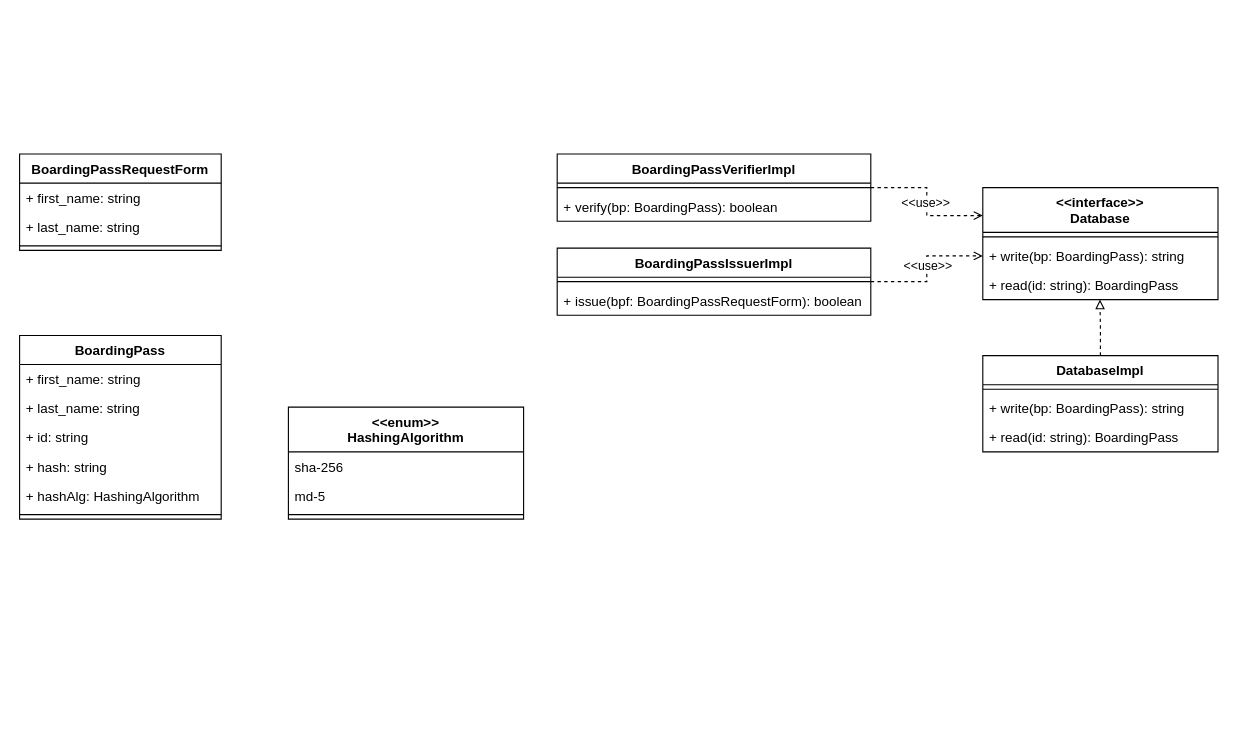
Earlier version of the draw.io diagram Diagrams/boarding_pass_detail.drawio (oskarbreindahl/Softwarebyggehygge). Source tidied: cells renumbered, new cells numbered last; positions are measured from the earlier drawing's top-left corner, leaving out a move shared by most shapes. Both pictures are drawn from the tidied source at 112%, with x=0, y=0 at pixel (19, 153).
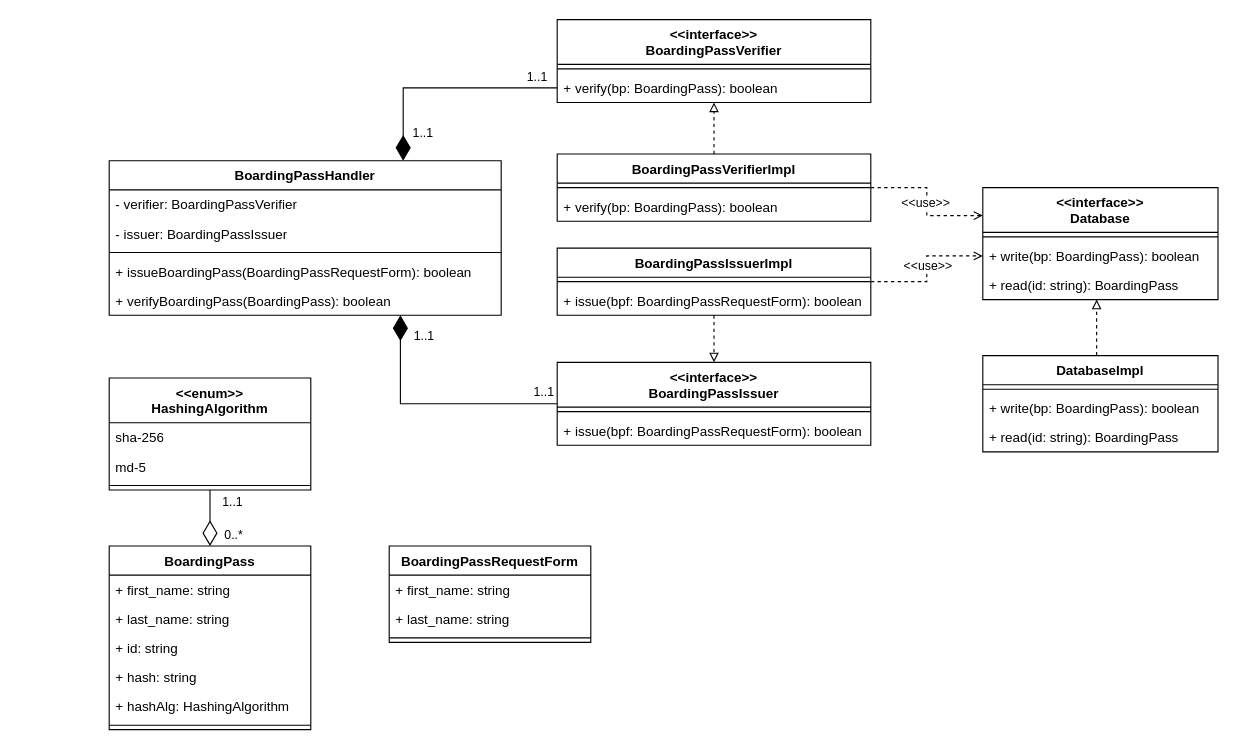
After the change.

The change refers to these unchanged cells:
```xml
<mxCell id="11" value="BoardingPassVerifierImpl" style="swimlane;fontStyle=1;align=center;verticalAlign=top;horizontal=1;startSize=26;whiteSpace=wrap;html=1;" parent="1" vertex="1">
  <mxGeometry x="480" width="280" height="60" as="geometry" />
</mxCell>
<mxCell id="14" value="BoardingPassIssuerImpl" style="swimlane;fontStyle=1;align=center;verticalAlign=top;horizontal=1;startSize=26;whiteSpace=wrap;html=1;" parent="1" vertex="1">
  <mxGeometry x="480" y="84" width="280" height="60" as="geometry" />
</mxCell>
<mxCell id="25" value="DatabaseImpl" style="swimlane;fontStyle=1;align=center;verticalAlign=top;horizontal=1;startSize=26;whiteSpace=wrap;html=1;" parent="1" vertex="1">
  <mxGeometry x="860" y="180" width="210" height="86" as="geometry" />
</mxCell>
<mxCell id="29" value="&lt;div&gt;&amp;lt;&amp;lt;interface&amp;gt;&amp;gt;&lt;/div&gt;Database" style="swimlane;fontStyle=1;align=center;verticalAlign=top;horizontal=1;startSize=40;whiteSpace=wrap;html=1;" parent="1" vertex="1">
  <mxGeometry x="860" y="30" width="210" height="100" as="geometry" />
</mxCell>
<mxCell id="32" value="+ read(id: string): BoardingPass" style="text;strokeColor=none;fillColor=none;align=left;verticalAlign=top;spacingLeft=4;spacingRight=4;overflow=hidden;points=[[0,0.5],[1,0.5]];portConstraint=eastwest;whiteSpace=wrap;html=1;" parent="29" vertex="1">
  <mxGeometry y="74" width="210" height="26" as="geometry" />
</mxCell>
```

Diff of the diagram source:
```diff
@@
     <mxCell id="2" value="BoardingPass" style="swimlane;fontStyle=1;align=center;verticalAlign=top;horizontal=1;startSize=26;whiteSpace=wrap;html=1;" parent="1" vertex="1">
-      <mxGeometry y="162" width="180" height="164" as="geometry" />
+      <mxGeometry x="80" y="350" width="180" height="164" as="geometry" />
     </mxCell>
@@
+    <mxCell id="36" style="edgeStyle=orthogonalEdgeStyle;rounded=0;jettySize=auto;html=1;entryX=0.5;entryY=1;entryDx=0;entryDy=0;dashed=1;endArrow=block;endFill=0;" parent="1" edge="1" source="11" target="41">
+      <mxGeometry relative="1" as="geometry" />
+    </mxCell>
@@
+    <mxCell id="37" style="edgeStyle=orthogonalEdgeStyle;rounded=0;jettySize=auto;html=1;entryX=0.5;entryY=0;entryDx=0;entryDy=0;dashed=1;endArrow=block;endFill=0;" parent="1" edge="1" source="14" target="47">
+      <mxGeometry relative="1" as="geometry" />
+    </mxCell>
@@
     <mxCell id="17" value="&lt;div&gt;&amp;lt;&amp;lt;enum&amp;gt;&amp;gt;&lt;/div&gt;HashingAlgorithm" style="swimlane;fontStyle=1;align=center;verticalAlign=top;horizontal=1;startSize=40;whiteSpace=wrap;html=1;" parent="1" vertex="1">
-      <mxGeometry x="240" y="226" width="210" height="100" as="geometry" />
+      <mxGeometry x="80" y="200" width="180" height="100" as="geometry" />
     </mxCell>
     <mxCell id="18" value="sha-256" style="text;strokeColor=none;fillColor=none;align=left;verticalAlign=top;spacingLeft=4;spacingRight=4;overflow=hidden;whiteSpace=wrap;html=1;" parent="17" vertex="1">
-      <mxGeometry y="40" width="210" height="26" as="geometry" />
+      <mxGeometry y="40" width="180" height="26" as="geometry" />
     </mxCell>
     <mxCell id="19" value="md-5" style="text;strokeColor=none;fillColor=none;align=left;verticalAlign=top;spacingLeft=4;spacingRight=4;overflow=hidden;whiteSpace=wrap;html=1;" parent="17" vertex="1">
-      <mxGeometry y="66" width="210" height="26" as="geometry" />
+      <mxGeometry y="66" width="180" height="26" as="geometry" />
     </mxCell>
     <mxCell id="20" style="line;strokeWidth=1;fillColor=none;align=left;verticalAlign=middle;spacingTop=-1;spacingLeft=3;spacingRight=3;labelPosition=right;strokeColor=inherit;" parent="17" vertex="1">
-      <mxGeometry y="92" width="210" height="8" as="geometry" />
+      <mxGeometry y="92" width="180" height="8" as="geometry" />
     </mxCell>
     <mxCell id="21" value="BoardingPassRequestForm" style="swimlane;fontStyle=1;align=center;verticalAlign=top;horizontal=1;startSize=26;whiteSpace=wrap;html=1;" parent="1" vertex="1">
-      <mxGeometry width="180" height="86" as="geometry" />
+      <mxGeometry x="330" y="350" width="180" height="86" as="geometry" />
     </mxCell>
@@
-    <mxCell id="27" value="+ write(bp: BoardingPass): string" style="text;strokeColor=none;fillColor=none;align=left;verticalAlign=top;spacingLeft=4;spacingRight=4;overflow=hidden;whiteSpace=wrap;html=1;" parent="25" vertex="1">
+    <mxCell id="27" value="+ write(bp: BoardingPass): boolean" style="text;strokeColor=none;fillColor=none;align=left;verticalAlign=top;spacingLeft=4;spacingRight=4;overflow=hidden;whiteSpace=wrap;html=1;" parent="25" vertex="1">
       <mxGeometry y="34" width="210" height="26" as="geometry" />
     </mxCell>
@@
-    <mxCell id="31" value="+ write(bp: BoardingPass): string" style="text;strokeColor=none;fillColor=none;align=left;verticalAlign=top;spacingLeft=4;spacingRight=4;overflow=hidden;points=[[0,0.5],[1,0.5]];portConstraint=eastwest;whiteSpace=wrap;html=1;" parent="29" vertex="1">
+    <mxCell id="31" value="+ write(bp: BoardingPass): boolean" style="text;strokeColor=none;fillColor=none;align=left;verticalAlign=top;spacingLeft=4;spacingRight=4;overflow=hidden;points=[[0,0.5],[1,0.5]];portConstraint=eastwest;whiteSpace=wrap;html=1;" parent="29" vertex="1">
       <mxGeometry y="48" width="210" height="26" as="geometry" />
     </mxCell>
@@
-    <mxCell id="35" style="edgeStyle=orthogonalEdgeStyle;rounded=0;jettySize=auto;html=1;entryX=0.498;entryY=1;entryDx=0;entryDy=0;entryPerimeter=0;endArrow=block;endFill=0;dashed=1;" parent="1" edge="1" source="25" target="32">
+    <mxCell id="35" style="edgeStyle=orthogonalEdgeStyle;rounded=0;jettySize=auto;html=1;entryX=0.484;entryY=1;entryDx=0;entryDy=0;entryPerimeter=0;endArrow=block;endFill=0;dashed=1;exitX=0.484;exitY=-0.003;exitDx=0;exitDy=0;exitPerimeter=0;" parent="1" edge="1" source="25" target="32">
       <mxGeometry relative="1" as="geometry" />
     </mxCell>
+    <mxCell id="38" style="edgeStyle=orthogonalEdgeStyle;rounded=0;jettySize=auto;html=1;entryX=0.5;entryY=0;entryDx=0;entryDy=0;endArrow=diamondThin;endFill=0;startSize=20;endSize=20;" parent="1" edge="1" source="17" target="2">
+      <mxGeometry relative="1" as="geometry" />
+    </mxCell>
+    <mxCell id="39" value="1..1" style="edgeLabel;html=1;align=center;verticalAlign=middle;" parent="38" vertex="1">
+      <mxGeometry x="-0.65" y="-1" relative="1" as="geometry">
+        <mxPoint x="20" y="1" as="offset" />
+      </mxGeometry>
+    </mxCell>
+    <mxCell id="40" value="0..*" style="edgeLabel;html=1;align=center;verticalAlign=middle;" parent="38" vertex="1">
+      <mxGeometry x="0.54" y="1" relative="1" as="geometry">
+        <mxPoint x="19" as="offset" />
+      </mxGeometry>
+    </mxCell>
+    <mxCell id="41" value="&amp;lt;&amp;lt;interface&amp;gt;&amp;gt;&lt;div&gt;BoardingPassVerifier&lt;/div&gt;" style="swimlane;fontStyle=1;align=center;verticalAlign=top;horizontal=1;startSize=40;whiteSpace=wrap;html=1;" parent="1" vertex="1">
+      <mxGeometry x="480" y="-120" width="280" height="74" as="geometry" />
+    </mxCell>
+    <mxCell id="42" style="line;strokeWidth=1;fillColor=none;align=left;verticalAlign=middle;spacingTop=-1;spacingLeft=3;spacingRight=3;labelPosition=right;strokeColor=inherit;" parent="41" vertex="1">
+      <mxGeometry y="40" width="280" height="8" as="geometry" />
+    </mxCell>
+    <mxCell id="43" value="+ verify(bp: BoardingPass): boolean" style="text;strokeColor=none;fillColor=none;align=left;verticalAlign=top;spacingLeft=4;spacingRight=4;overflow=hidden;points=[[0,0.5],[1,0.5]];portConstraint=eastwest;whiteSpace=wrap;html=1;" parent="41" vertex="1">
+      <mxGeometry y="48" width="280" height="26" as="geometry" />
+    </mxCell>
+    <mxCell id="44" style="edgeStyle=orthogonalEdgeStyle;rounded=0;jettySize=auto;html=1;endArrow=diamondThin;endFill=1;endSize=20;startSize=20;" parent="1" edge="1" source="47" target="55">
+      <mxGeometry relative="1" as="geometry">
+        <Array as="points">
+          <mxPoint x="340" y="223" />
+        </Array>
+      </mxGeometry>
+    </mxCell>
+    <mxCell id="45" value="1..1" style="edgeLabel;html=1;align=center;verticalAlign=middle;" parent="44" vertex="1">
+      <mxGeometry x="0.84" relative="1" as="geometry">
+        <mxPoint x="20" as="offset" />
+      </mxGeometry>
+    </mxCell>
+    <mxCell id="46" value="1..1" style="edgeLabel;html=1;align=center;verticalAlign=middle;" parent="44" vertex="1">
+      <mxGeometry x="-0.88" y="1" relative="1" as="geometry">
+        <mxPoint y="-12" as="offset" />
+      </mxGeometry>
+    </mxCell>
+    <mxCell id="47" value="&amp;lt;&amp;lt;interface&amp;gt;&amp;gt;&lt;div&gt;BoardingPassIssuer&lt;/div&gt;" style="swimlane;fontStyle=1;align=center;verticalAlign=top;horizontal=1;startSize=40;whiteSpace=wrap;html=1;" parent="1" vertex="1">
+      <mxGeometry x="480" y="186" width="280" height="74" as="geometry" />
+    </mxCell>
+    <mxCell id="48" style="line;strokeWidth=1;fillColor=none;align=left;verticalAlign=middle;spacingTop=-1;spacingLeft=3;spacingRight=3;labelPosition=right;strokeColor=inherit;" parent="47" vertex="1">
+      <mxGeometry y="40" width="280" height="8" as="geometry" />
+    </mxCell>
+    <mxCell id="49" value="+ issue(bpf: BoardingPassRequestForm): boolean" style="text;strokeColor=none;fillColor=none;align=left;verticalAlign=top;spacingLeft=4;spacingRight=4;overflow=hidden;whiteSpace=wrap;html=1;" parent="47" vertex="1">
+      <mxGeometry y="48" width="280" height="26" as="geometry" />
+    </mxCell>
+    <mxCell id="50" value="BoardingPassHandler" style="swimlane;fontStyle=1;align=center;verticalAlign=top;horizontal=1;startSize=26;whiteSpace=wrap;html=1;" parent="1" vertex="1">
+      <mxGeometry x="80" y="6" width="350" height="138" as="geometry" />
+    </mxCell>
+    <mxCell id="51" value="- verifier: BoardingPassVerifier" style="text;strokeColor=none;fillColor=none;align=left;verticalAlign=top;spacingLeft=4;spacingRight=4;overflow=hidden;whiteSpace=wrap;html=1;" parent="50" vertex="1">
+      <mxGeometry y="26" width="350" height="26" as="geometry" />
+    </mxCell>
+    <mxCell id="52" value="- issuer: BoardingPassIssuer" style="text;strokeColor=none;fillColor=none;align=left;verticalAlign=top;spacingLeft=4;spacingRight=4;overflow=hidden;whiteSpace=wrap;html=1;" parent="50" vertex="1">
+      <mxGeometry y="52" width="350" height="26" as="geometry" />
+    </mxCell>
+    <mxCell id="53" style="line;strokeWidth=1;fillColor=none;align=left;verticalAlign=middle;spacingTop=-1;spacingLeft=3;spacingRight=3;labelPosition=right;strokeColor=inherit;" parent="50" vertex="1">
+      <mxGeometry y="78" width="350" height="8" as="geometry" />
+    </mxCell>
+    <mxCell id="54" value="+ issueBoardingPass(BoardingPassRequestForm): boolean" style="text;strokeColor=none;fillColor=none;align=left;verticalAlign=top;spacingLeft=4;spacingRight=4;overflow=hidden;whiteSpace=wrap;html=1;" parent="50" vertex="1">
+      <mxGeometry y="86" width="350" height="26" as="geometry" />
+    </mxCell>
+    <mxCell id="55" value="+ verifyBoardingPass(BoardingPass): boolean" style="text;strokeColor=none;fillColor=none;align=left;verticalAlign=top;spacingLeft=4;spacingRight=4;overflow=hidden;points=[[0,0.5],[1,0.5]];portConstraint=eastwest;whiteSpace=wrap;html=1;" parent="50" vertex="1">
+      <mxGeometry y="112" width="350" height="26" as="geometry" />
+    </mxCell>
+    <mxCell id="56" style="edgeStyle=orthogonalEdgeStyle;rounded=0;jettySize=auto;html=1;entryX=0.75;entryY=0;entryDx=0;entryDy=0;endArrow=diamondThin;endFill=1;endSize=20;startSize=20;" parent="1" edge="1" source="43" target="50">
+      <mxGeometry relative="1" as="geometry" />
+    </mxCell>
+    <mxCell id="57" value="1..1" style="edgeLabel;html=1;align=center;verticalAlign=middle;" parent="56" vertex="1">
+      <mxGeometry x="-0.81" relative="1" as="geometry">
+        <mxPoint y="-11" as="offset" />
+      </mxGeometry>
+    </mxCell>
+    <mxCell id="58" value="1..1" style="edgeLabel;html=1;align=center;verticalAlign=middle;" parent="56" vertex="1">
+      <mxGeometry x="0.81" relative="1" as="geometry">
+        <mxPoint x="17" y="-6" as="offset" />
+      </mxGeometry>
+    </mxCell>
```
